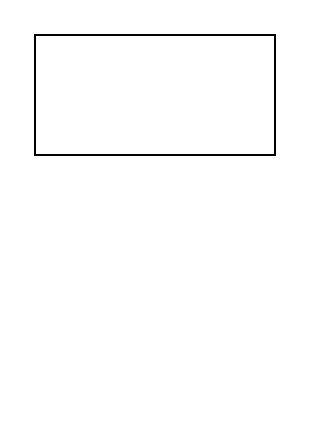
Above: 未命名绘图.drawio in Sjunbin/pubulic_code (draw.io), before the change. Source tidied: cells renumbered, new cells numbered last; positions are measured from the earlier drawing's top-left corner, leaving out a move shared by most shapes. Both pictures are drawn from the tidied source at 200%, with x=0, y=0 at pixel (34, 34).
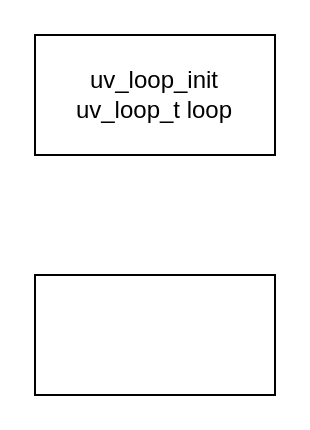
Above is the later version.

Commit message:
更新未命名绘图.drawio

The edit, as a diff of the source:
```diff
@@
 <mxGraphModel>
   <root>
     <mxCell id="0" />
     <mxCell id="1" parent="0" />
-    <mxCell id="2" style="rounded=0;whiteSpace=wrap;html=1;" parent="1" vertex="1">
+    <mxCell id="2" value="uv_loop_init&lt;br&gt;uv_loop_t loop" style="rounded=0;whiteSpace=wrap;html=1;" parent="1" vertex="1">
       <mxGeometry width="120" height="60" as="geometry" />
     </mxCell>
+    <mxCell id="3" style="rounded=0;whiteSpace=wrap;html=1;" parent="1" vertex="1">
+      <mxGeometry y="120" width="120" height="60" as="geometry" />
+    </mxCell>
   </root>
 </mxGraphModel>
```
